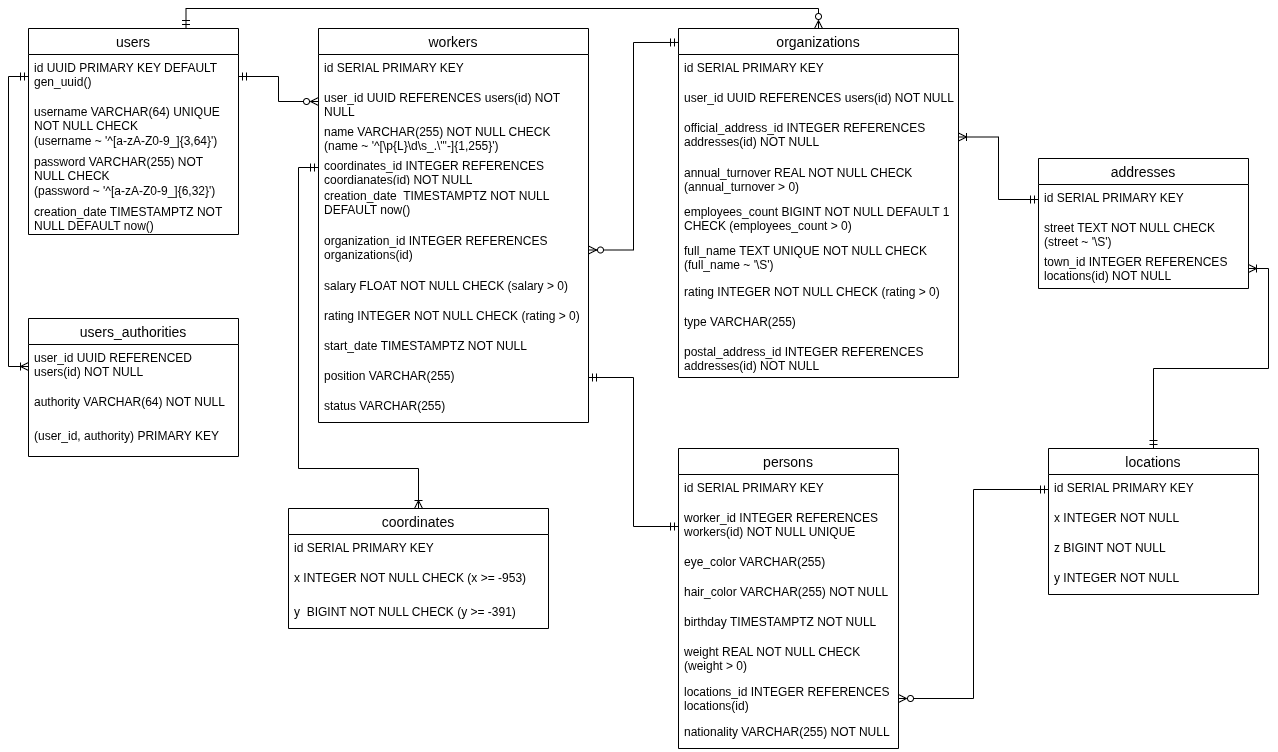
This is docs/diagram.drawio.png from vodobryshkin/is-lab1, a draw.io export, as it was before one commit. Source tidied: cells renumbered, new cells last; positions are measured from the earlier drawing's top-left corner, leaving out a move shared by most shapes.
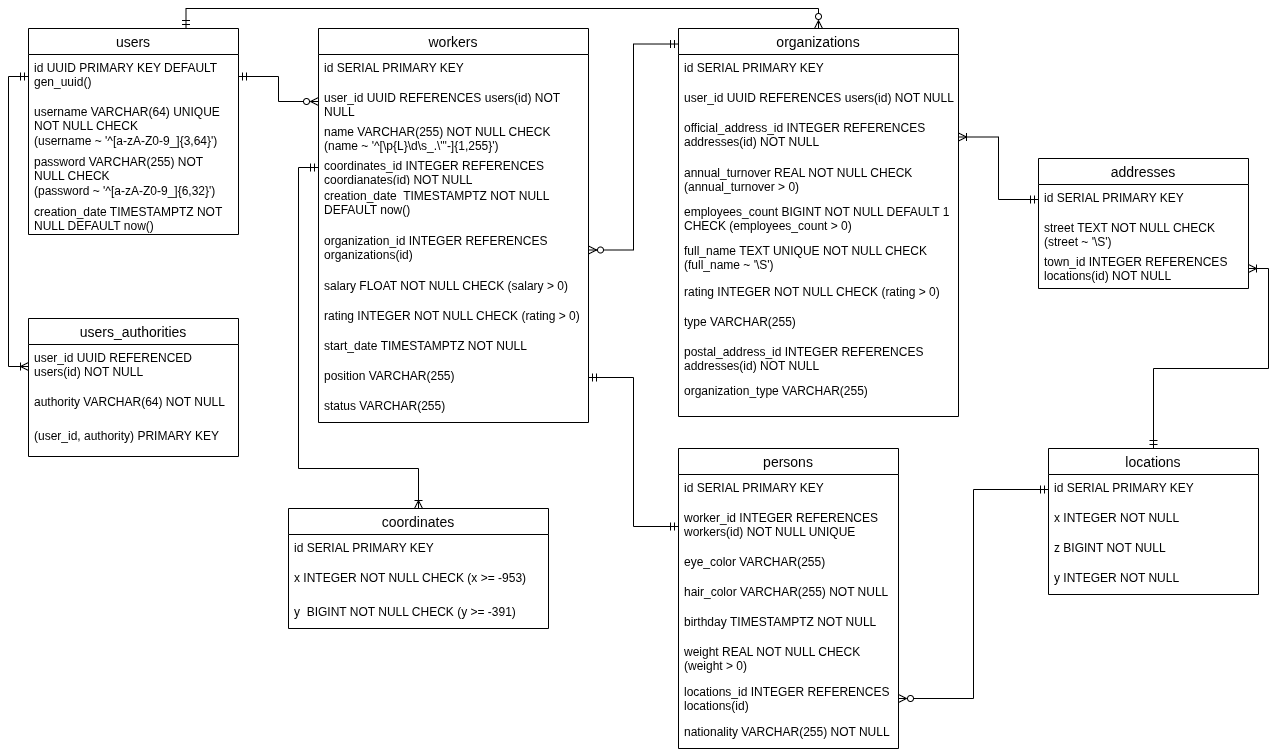
The same diagram one commit later.

Commit message:
Added ENUM OrganizationType to the ER model

Diff of the diagram source:
```diff
@@ -69,7 +69,7 @@
       <mxGeometry y="364" width="270" height="30" as="geometry" />
     </mxCell>
     <mxCell id="24" value="organizations" style="swimlane;fontStyle=0;horizontal=1;startSize=26;align=center;fontSize=14;" parent="1" vertex="1">
-      <mxGeometry x="650" width="280" height="349" as="geometry" />
+      <mxGeometry x="650" width="280" height="388" as="geometry" />
     </mxCell>
     <mxCell id="25" value="id SERIAL PRIMARY KEY" style="text;strokeColor=none;fillColor=none;spacingLeft=4;spacingRight=4;overflow=hidden;fontSize=12;whiteSpace=wrap;html=1;" parent="24" vertex="1">
       <mxGeometry y="26" width="280" height="30" as="geometry" />
@@ -98,6 +98,9 @@
     <mxCell id="33" value="postal_address_id INTEGER REFERENCES addresses(id) NOT NULL" style="text;strokeColor=none;fillColor=none;spacingLeft=4;spacingRight=4;overflow=hidden;fontSize=12;whiteSpace=wrap;html=1;" parent="24" vertex="1">
       <mxGeometry y="310" width="280" height="39" as="geometry" />
     </mxCell>
+    <mxCell id="64" value="organization_type VARCHAR(255)" style="text;strokeColor=none;fillColor=none;spacingLeft=4;spacingRight=4;overflow=hidden;fontSize=12;whiteSpace=wrap;html=1;" parent="24" vertex="1">
+      <mxGeometry y="349" width="280" height="39" as="geometry" />
+    </mxCell>
     <mxCell id="34" value="addresses" style="swimlane;fontStyle=0;horizontal=1;startSize=26;align=center;fontSize=14;" parent="1" vertex="1">
       <mxGeometry x="1010" y="130" width="210" height="130" as="geometry" />
     </mxCell>
```
